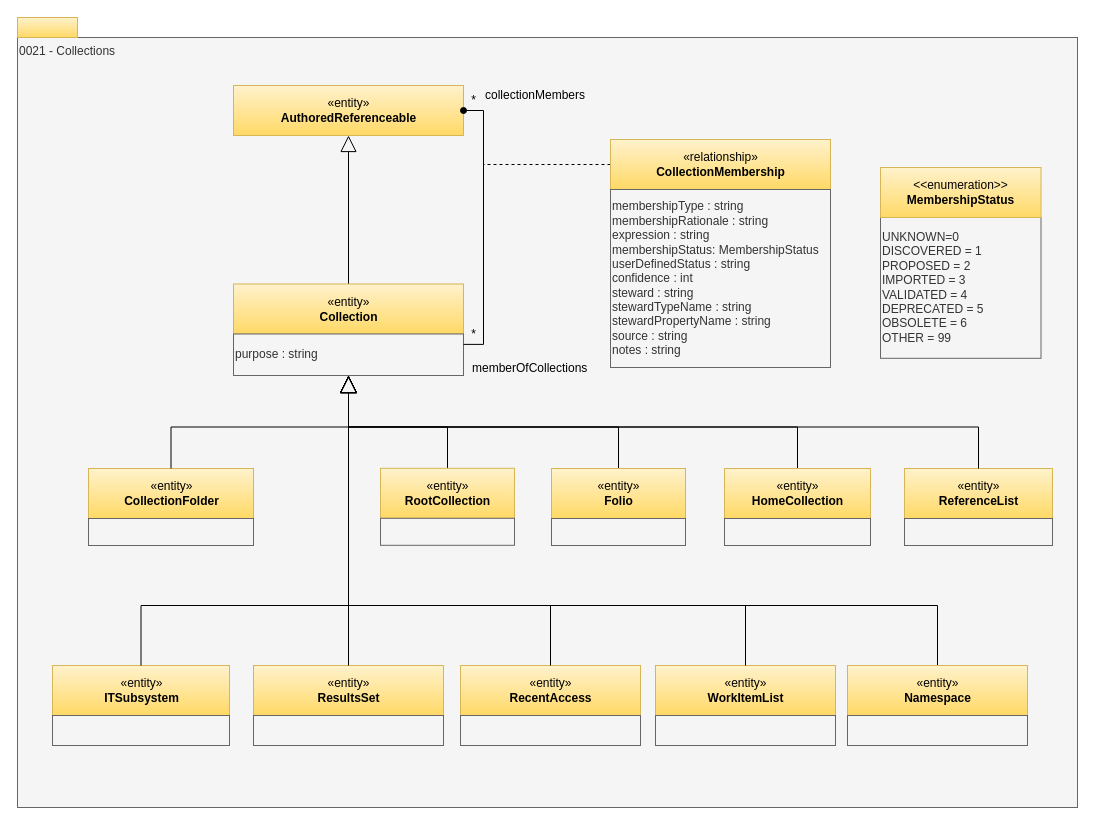
Before: page "0021-Collections" (16 of 33) of site/docs/types/0/area-0-basic-types-and-infrastructure.drawio in odpi/egeria-docs, a draw.io diagram. Source tidied: cells renumbered, new cells numbered last; positions are measured from the earlier drawing's top-left corner, leaving out a move shared by most shapes. Both pictures are drawn from the tidied source at 100%, with x=0, y=0 at pixel (17, 17).
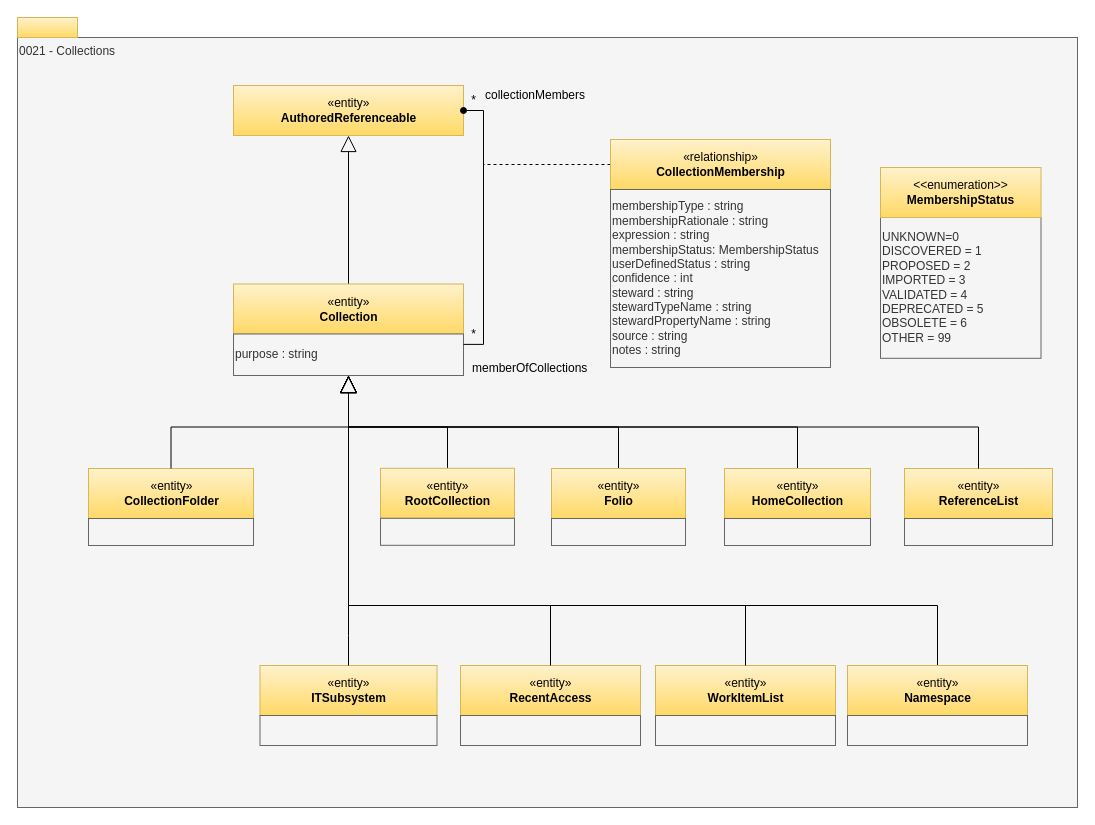
Above is the later version.

Unchanged cells that the change refers to:
```xml
<mxCell id="7" value="purpose : string" style="rounded=0;whiteSpace=wrap;html=1;align=left;fillColor=#f5f5f5;fontColor=#333333;strokeColor=#666666;" parent="1" vertex="1">
  <mxGeometry x="216" y="316.5" width="230" height="41.5" as="geometry" />
</mxCell>
```

Change to the diagram source:
```diff
@@
-    <mxCell id="21" value="«entity»&lt;br&gt;&lt;b&gt;ResultsSet&lt;/b&gt;" style="html=1;strokeColor=#d6b656;align=center;fillColor=#fff2cc;gradientColor=#ffd966;" parent="1" vertex="1">
-      <mxGeometry x="236" y="648" width="190" height="50" as="geometry" />
-    </mxCell>
-    <mxCell id="22" style="rounded=0;whiteSpace=wrap;html=1;align=left;fillColor=#f5f5f5;fontColor=#333333;strokeColor=#666666;" parent="1" vertex="1">
-      <mxGeometry x="236" y="698" width="190" height="30" as="geometry" />
-    </mxCell>
     <mxCell id="23" value="«entity»&lt;br&gt;&lt;b&gt;ITSubsystem&lt;/b&gt;" style="html=1;strokeColor=#d6b656;align=center;fillColor=#fff2cc;gradientColor=#ffd966;" parent="1" vertex="1">
-      <mxGeometry x="35" y="648" width="177" height="50" as="geometry" />
+      <mxGeometry x="242.5" y="648" width="177" height="50" as="geometry" />
     </mxCell>
     <mxCell id="24" style="rounded=0;whiteSpace=wrap;html=1;align=left;fillColor=#f5f5f5;fontColor=#333333;strokeColor=#666666;" parent="1" vertex="1">
-      <mxGeometry x="35" y="698" width="177" height="30" as="geometry" />
+      <mxGeometry x="242.5" y="698" width="177" height="30" as="geometry" />
     </mxCell>
@@
-    <mxCell id="37" style="edgeStyle=orthogonalEdgeStyle;rounded=0;jettySize=auto;html=1;exitX=0.5;exitY=0;exitDx=0;exitDy=0;endArrow=block;startFill=0;entryX=0.5;entryY=1;entryDx=0;entryDy=0;endFill=0;endSize=15;" parent="1" edge="1" source="21" target="7">
-      <mxGeometry relative="1" as="geometry">
-        <Array as="points">
-          <mxPoint x="331" y="478" />
-          <mxPoint x="331" y="478" />
-        </Array>
-      </mxGeometry>
-    </mxCell>
     <mxCell id="38" style="edgeStyle=orthogonalEdgeStyle;rounded=0;jettySize=auto;html=1;exitX=0.5;exitY=0;exitDx=0;exitDy=0;endArrow=block;startFill=0;entryX=0.5;entryY=1;entryDx=0;entryDy=0;endFill=0;endSize=15;" parent="1" edge="1" source="23" target="7">
       <mxGeometry relative="1" as="geometry">
         <Array as="points">
-          <mxPoint x="124" y="588" />
-          <mxPoint x="331" y="588" />
+          <mxPoint x="331" y="618" />
+          <mxPoint x="331" y="618" />
         </Array>
       </mxGeometry>
     </mxCell>
```
